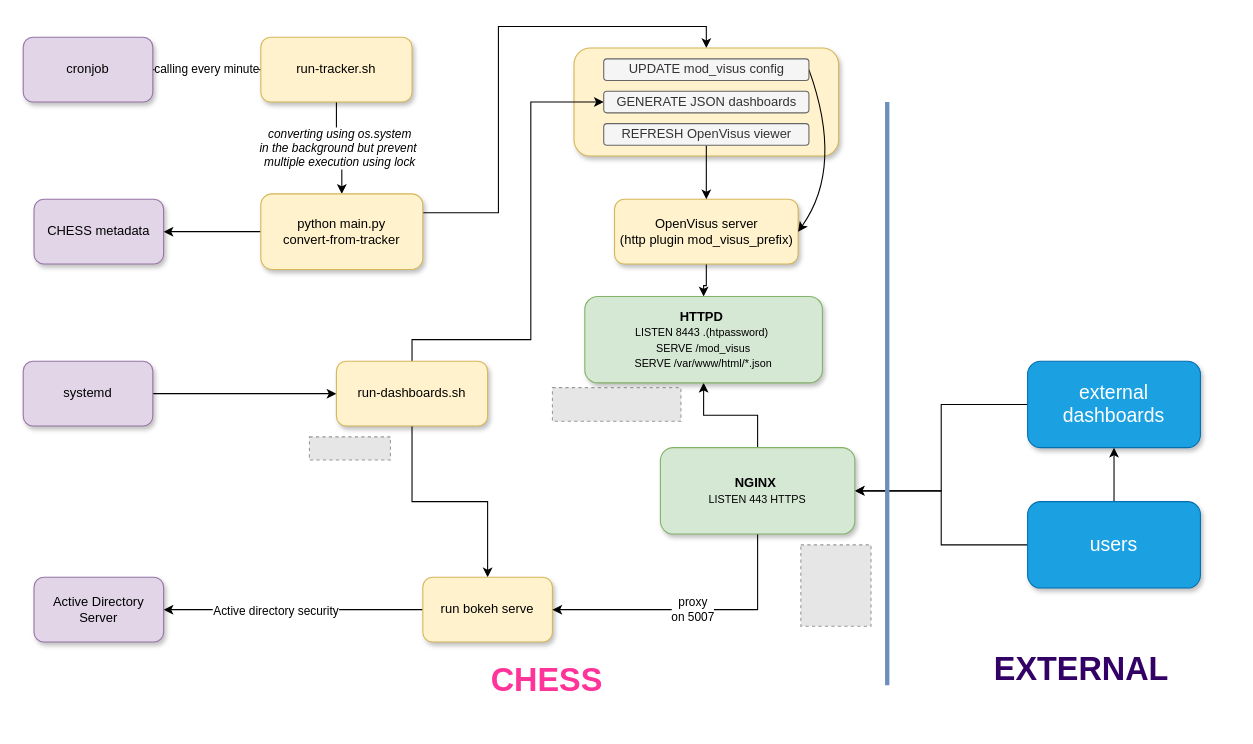
Before: examples/chess/chess-diagram.drawio in sci-visus/openvisuspy, a draw.io diagram. Source tidied: cells renumbered, new cells numbered last; positions are measured from the earlier drawing's top-left corner, leaving out a move shared by most shapes. Both pictures are drawn from the tidied source at 108%, with x=0, y=0 at pixel (23, 37). Pictures stored in the file or linked from it are replaced by grey dashed boxes.
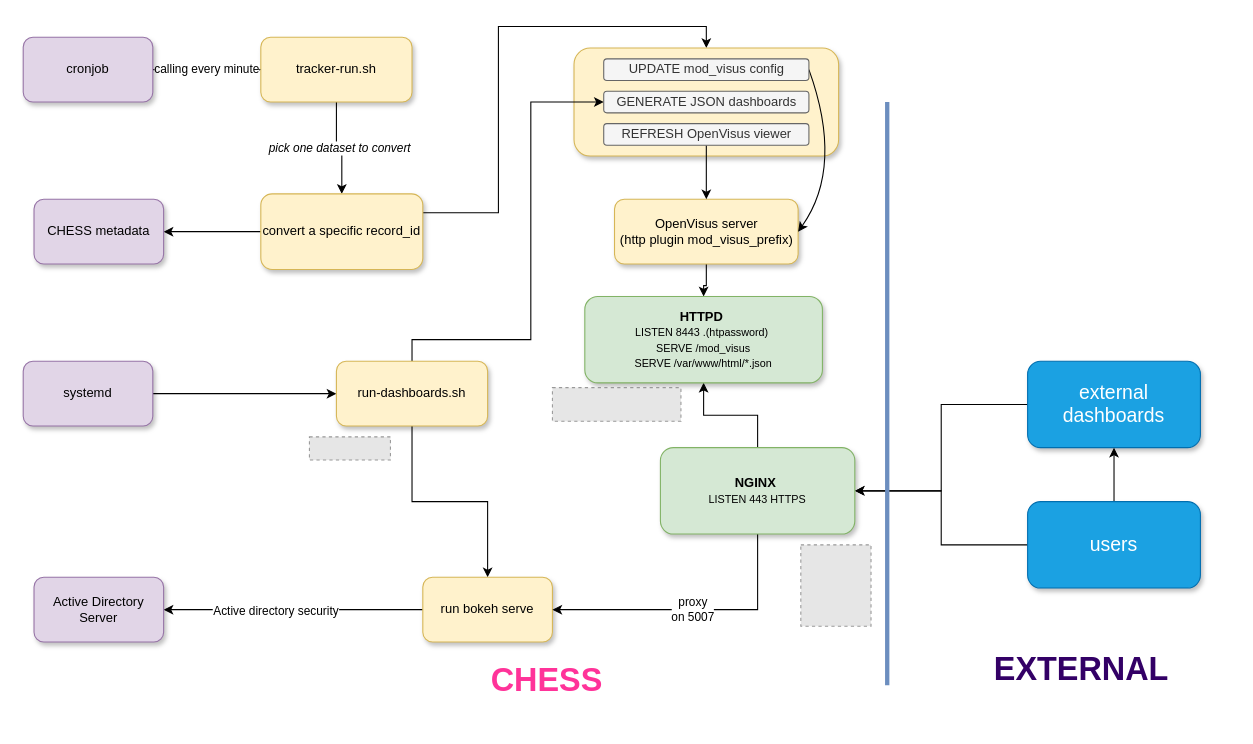
Above is the later version.

Change to the diagram source:
```diff
@@
-    <mxCell id="2" value="converting using&amp;nbsp;os.system&lt;br&gt;in the background but prevent&amp;nbsp;&lt;br&gt;multiple execution using lock" style="edgeStyle=orthogonalEdgeStyle;rounded=0;jettySize=auto;html=1;entryX=0.5;entryY=0;entryDx=0;entryDy=0;fontStyle=2;" parent="1" edge="1" source="3" target="8">
+    <mxCell id="2" value="pick one dataset to convert" style="edgeStyle=orthogonalEdgeStyle;rounded=0;jettySize=auto;html=1;entryX=0.5;entryY=0;entryDx=0;entryDy=0;fontStyle=2;" parent="1" edge="1" source="3" target="8">
       <mxGeometry relative="1" as="geometry" />
     </mxCell>
-    <mxCell id="3" value="&lt;span style=&quot;font-size: 12px;&quot;&gt;&lt;font style=&quot;font-size: 12px;&quot;&gt;run-tracker.sh&lt;/font&gt;&lt;/span&gt;" style="rounded=1;whiteSpace=wrap;html=1;fillColor=#fff2cc;strokeColor=#d6b656;shadow=1;fontStyle=0;fontSize=12;" parent="1" vertex="1">
+    <mxCell id="3" value="&lt;span style=&quot;font-size: 12px;&quot;&gt;&lt;font style=&quot;font-size: 12px;&quot;&gt;tracker-run.sh&lt;/font&gt;&lt;/span&gt;" style="rounded=1;whiteSpace=wrap;html=1;fillColor=#fff2cc;strokeColor=#d6b656;shadow=1;fontStyle=0;fontSize=12;" parent="1" vertex="1">
       <mxGeometry x="220" width="140" height="60" as="geometry" />
     </mxCell>
@@
-    <mxCell id="8" value="&lt;span style=&quot;font-size: 12px;&quot;&gt;python main.py&lt;br style=&quot;font-size: 12px;&quot;&gt;convert-from-tracker&lt;/span&gt;" style="rounded=1;whiteSpace=wrap;html=1;fillColor=#fff2cc;strokeColor=#d6b656;shadow=1;fontStyle=0;fontSize=12;" parent="1" vertex="1">
+    <mxCell id="8" value="convert a specific record_id" style="rounded=1;whiteSpace=wrap;html=1;fillColor=#fff2cc;strokeColor=#d6b656;shadow=1;fontStyle=0;fontSize=12;" parent="1" vertex="1">
       <mxGeometry x="220" y="145" width="150" height="70" as="geometry" />
     </mxCell>
```
